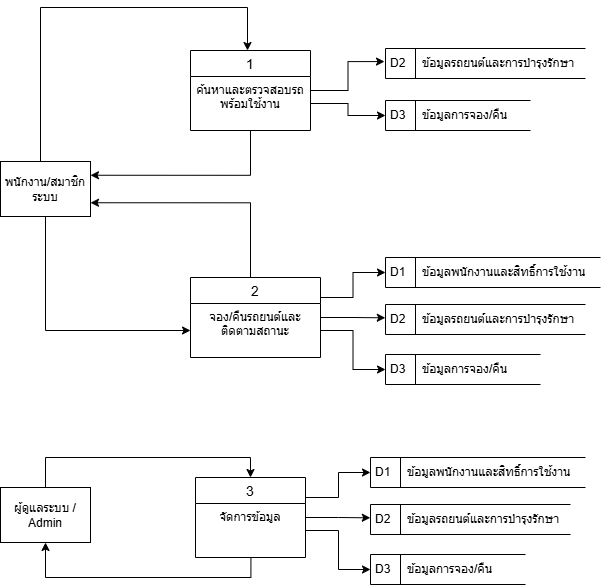
Anurak-Creator/ANURAK-HOMELAB keeps this draw.io diagram as docs/DFDL1.drawio.png. Above is the earlier version. Source tidied: cells renumbered, new cells last; positions are measured from the earlier drawing's top-left corner, leaving out a move shared by most shapes.
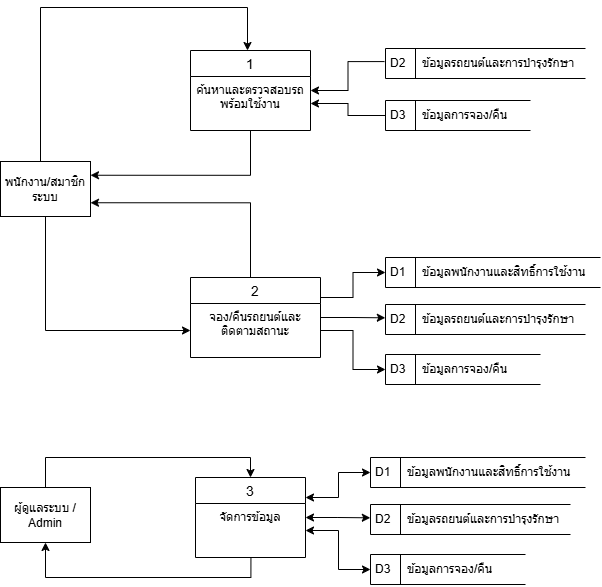
After the commit.

Change to the diagram source:
```diff
@@ -2,7 +2,7 @@
   <root>
     <mxCell id="0" />
     <mxCell id="1" parent="0" />
-    <mxCell id="2" style="edgeStyle=orthogonalEdgeStyle;rounded=0;jettySize=auto;html=1;entryX=-0.005;entryY=0.436;entryDx=0;entryDy=0;defaultLabelBackgroundColor=page;labelPadding=0 4;entryPerimeter=0;" parent="1" edge="1" source="4" target="14">
+    <mxCell id="2" style="edgeStyle=orthogonalEdgeStyle;rounded=0;jettySize=auto;html=1;entryX=-0.005;entryY=0.436;entryDx=0;entryDy=0;defaultLabelBackgroundColor=page;labelPadding=0 4;entryPerimeter=0;startArrow=classic;startFill=1;endArrow=none;endFill=0;" parent="1" edge="1" source="4" target="14">
       <mxGeometry x="0.03" relative="1" as="geometry" />
     </mxCell>
     <mxCell id="3" style="edgeStyle=orthogonalEdgeStyle;rounded=0;jettySize=auto;html=1;entryX=1;entryY=0.25;entryDx=0;entryDy=0;defaultLabelBackgroundColor=page;labelPadding=0 4;" parent="1" edge="1" source="4" target="13">
@@ -69,7 +69,7 @@
     <mxCell id="18" value="D3&amp;nbsp; &amp;nbsp; &amp;nbsp;ข้อมูลการจอง/คืน" style="html=1;dashed=0;whiteSpace=wrap;shape=mxgraph.dfd.dataStoreID;align=left;spacingLeft=3;points=[[0,0],[0.5,0],[1,0],[0,0.5],[1,0.5],[0,1],[0.5,1],[1,1]];labelBackgroundColor=none;" parent="1" vertex="1">
       <mxGeometry x="385" y="93" width="145" height="30" as="geometry" />
     </mxCell>
-    <mxCell id="19" style="edgeStyle=orthogonalEdgeStyle;rounded=0;jettySize=auto;html=1;defaultLabelBackgroundColor=page;labelPadding=0 4;entryX=0;entryY=0.5;entryDx=0;entryDy=0;" parent="1" edge="1" source="5" target="18">
+    <mxCell id="19" style="edgeStyle=orthogonalEdgeStyle;rounded=0;jettySize=auto;html=1;defaultLabelBackgroundColor=page;labelPadding=0 4;entryX=0;entryY=0.5;entryDx=0;entryDy=0;startArrow=classic;startFill=1;endArrow=none;endFill=0;" parent="1" edge="1" source="5" target="18">
       <mxGeometry relative="1" as="geometry" />
     </mxCell>
     <mxCell id="20" value="D1&amp;nbsp; &amp;nbsp; &amp;nbsp;ข้อมูลพนักงานและสิทธิ์การใช้งาน" style="html=1;dashed=0;whiteSpace=wrap;shape=mxgraph.dfd.dataStoreID;align=left;spacingLeft=3;points=[[0,0],[0.5,0],[1,0],[0,0.5],[1,0.5],[0,1],[0.5,1],[1,1]];labelBackgroundColor=none;" parent="1" vertex="1">
@@ -99,17 +99,17 @@
     <mxCell id="28" value="D2&amp;nbsp; &amp;nbsp; &amp;nbsp;ข้อมูลรถยนต์และการบำรุงรักษา" style="html=1;dashed=0;whiteSpace=wrap;shape=mxgraph.dfd.dataStoreID;align=left;spacingLeft=3;points=[[0,0],[0.5,0],[1,0],[0,0.5],[1,0.5],[0,1],[0.5,1],[1,1]];labelBackgroundColor=none;" parent="1" vertex="1">
       <mxGeometry x="370" y="497" width="200" height="30" as="geometry" />
     </mxCell>
-    <mxCell id="29" style="edgeStyle=orthogonalEdgeStyle;rounded=0;jettySize=auto;html=1;entryX=0;entryY=0.5;entryDx=0;entryDy=0;defaultLabelBackgroundColor=page;labelPadding=0 4;exitX=1;exitY=0.25;exitDx=0;exitDy=0;" parent="1" edge="1" target="27">
+    <mxCell id="29" style="edgeStyle=orthogonalEdgeStyle;rounded=0;jettySize=auto;html=1;entryX=0;entryY=0.5;entryDx=0;entryDy=0;defaultLabelBackgroundColor=page;labelPadding=0 4;exitX=1;exitY=0.25;exitDx=0;exitDy=0;startArrow=classic;startFill=1;" parent="1" edge="1" target="27">
       <mxGeometry x="0.01" relative="1" as="geometry">
         <mxPoint x="305" y="490" as="sourcePoint" />
       </mxGeometry>
     </mxCell>
-    <mxCell id="30" style="edgeStyle=orthogonalEdgeStyle;rounded=0;jettySize=auto;html=1;entryX=-0.001;entryY=0.444;entryDx=0;entryDy=0;entryPerimeter=0;defaultLabelBackgroundColor=page;labelPadding=0 4;" parent="1" edge="1" target="28">
+    <mxCell id="30" style="edgeStyle=orthogonalEdgeStyle;rounded=0;jettySize=auto;html=1;entryX=-0.001;entryY=0.444;entryDx=0;entryDy=0;entryPerimeter=0;defaultLabelBackgroundColor=page;labelPadding=0 4;startArrow=classic;startFill=1;" parent="1" edge="1" target="28">
       <mxGeometry relative="1" as="geometry">
         <mxPoint x="305" y="510" as="sourcePoint" />
       </mxGeometry>
     </mxCell>
-    <mxCell id="31" style="edgeStyle=orthogonalEdgeStyle;rounded=0;jettySize=auto;html=1;entryX=0;entryY=0.5;entryDx=0;entryDy=0;defaultLabelBackgroundColor=page;labelPadding=0 4;" parent="1" edge="1" target="26">
+    <mxCell id="31" style="edgeStyle=orthogonalEdgeStyle;rounded=0;jettySize=auto;html=1;entryX=0;entryY=0.5;entryDx=0;entryDy=0;defaultLabelBackgroundColor=page;labelPadding=0 4;startArrow=classic;startFill=1;" parent="1" edge="1" target="26">
       <mxGeometry relative="1" as="geometry">
         <mxPoint x="305" y="523" as="sourcePoint" />
       </mxGeometry>
```
